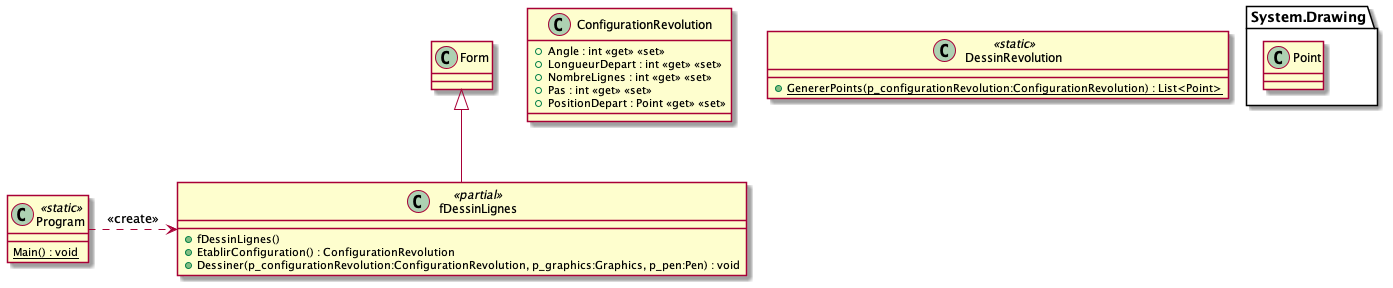
Above: images/Module11_Dessin/diag/diagDessin/diagDessin.png in PiFou86/420-W30-SF (PlantUML), before the change.
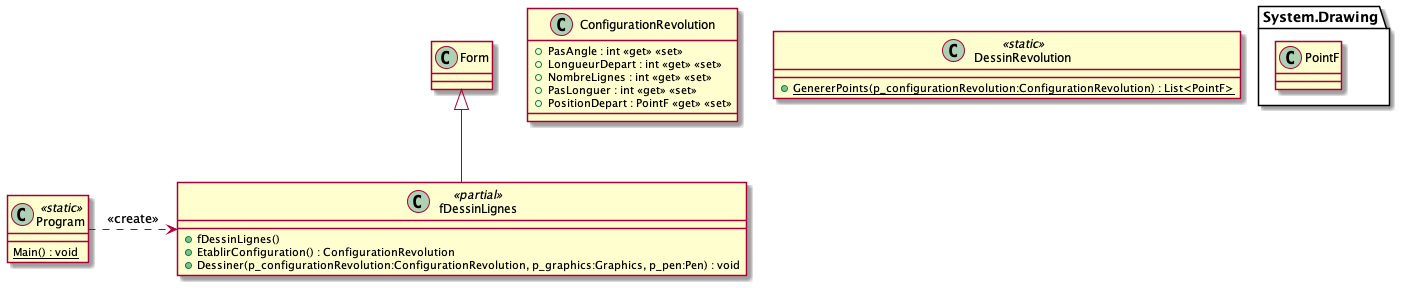
The same file after the commit.

Commit message:
Modification de Point en PointF

What changed in the source:
```diff
@@ -1,18 +1,18 @@
 @startuml diagDessin
 
 namespace System.Drawing {
-    class Point {}
+    class PointF {}
 }
 
 class ConfigurationRevolution {
-    + Angle : int <<get>> <<set>>
+    + PasAngle : int <<get>> <<set>>
     + LongueurDepart : int <<get>> <<set>>
     + NombreLignes : int <<get>> <<set>>
-    + Pas : int <<get>> <<set>>
-    + PositionDepart : Point <<get>> <<set>>
+    + PasLonguer : int <<get>> <<set>>
+    + PositionDepart : PointF <<get>> <<set>>
 }
 class DessinRevolution <<static>> {
-    + {static} GenererPoints(p_configurationRevolution:ConfigurationRevolution) : List<Point>
+    + {static} GenererPoints(p_configurationRevolution:ConfigurationRevolution) : List<PointF>
 }
 class fDessinLignes <<partial>> {
     + fDessinLignes()
```
